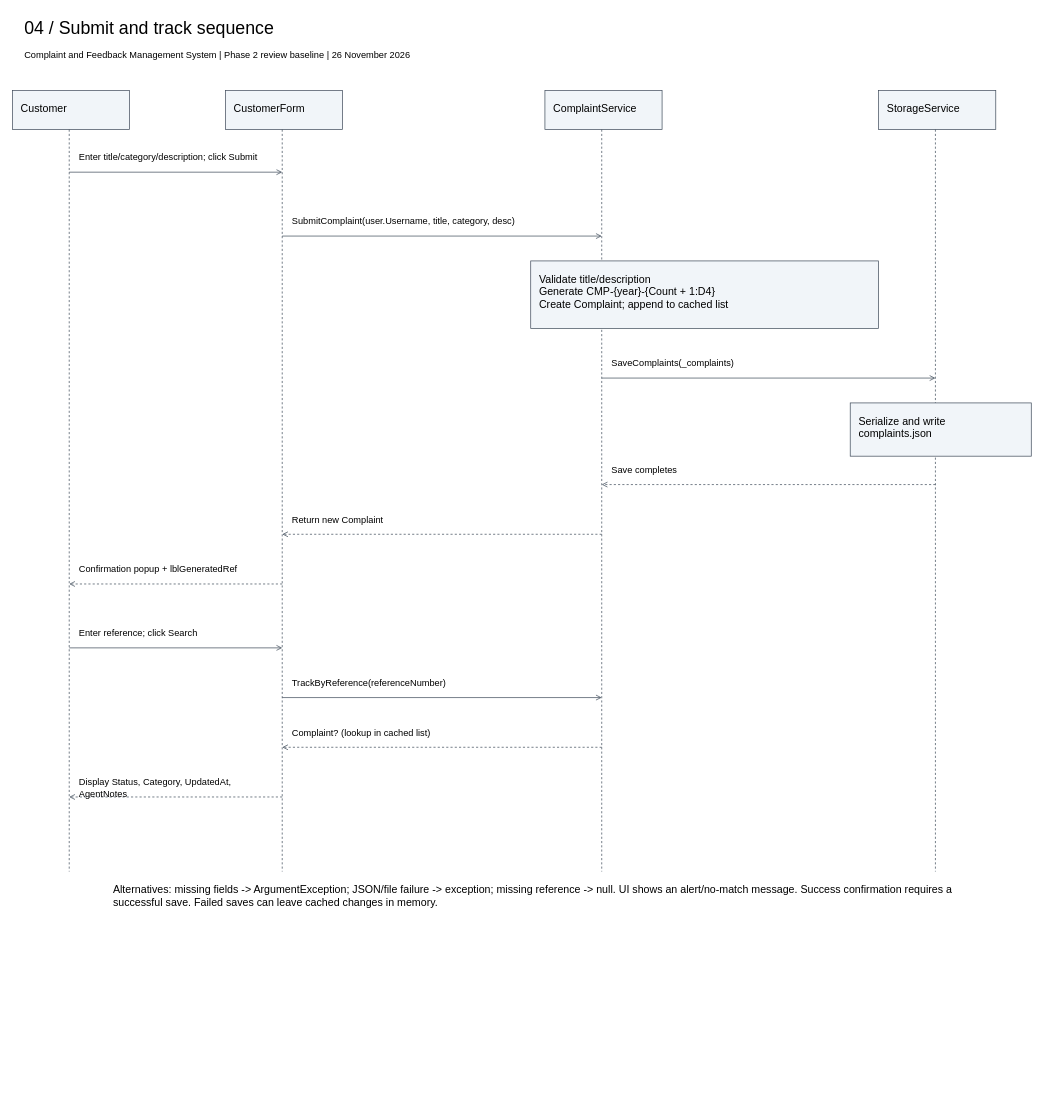
The draw.io diagram page "04 / Submit and track sequence" (4 of 9) of docs/phase-2/design.drawio in divine3054/SEN_PROJECT_GROUP_14, before the edit. Source tidied: cells renumbered, new cells numbered last; positions are measured from the earlier drawing's top-left corner, leaving out a move shared by most shapes. Both pictures are drawn from the tidied source at 71%, with x=0, y=0 at pixel (12, 12).
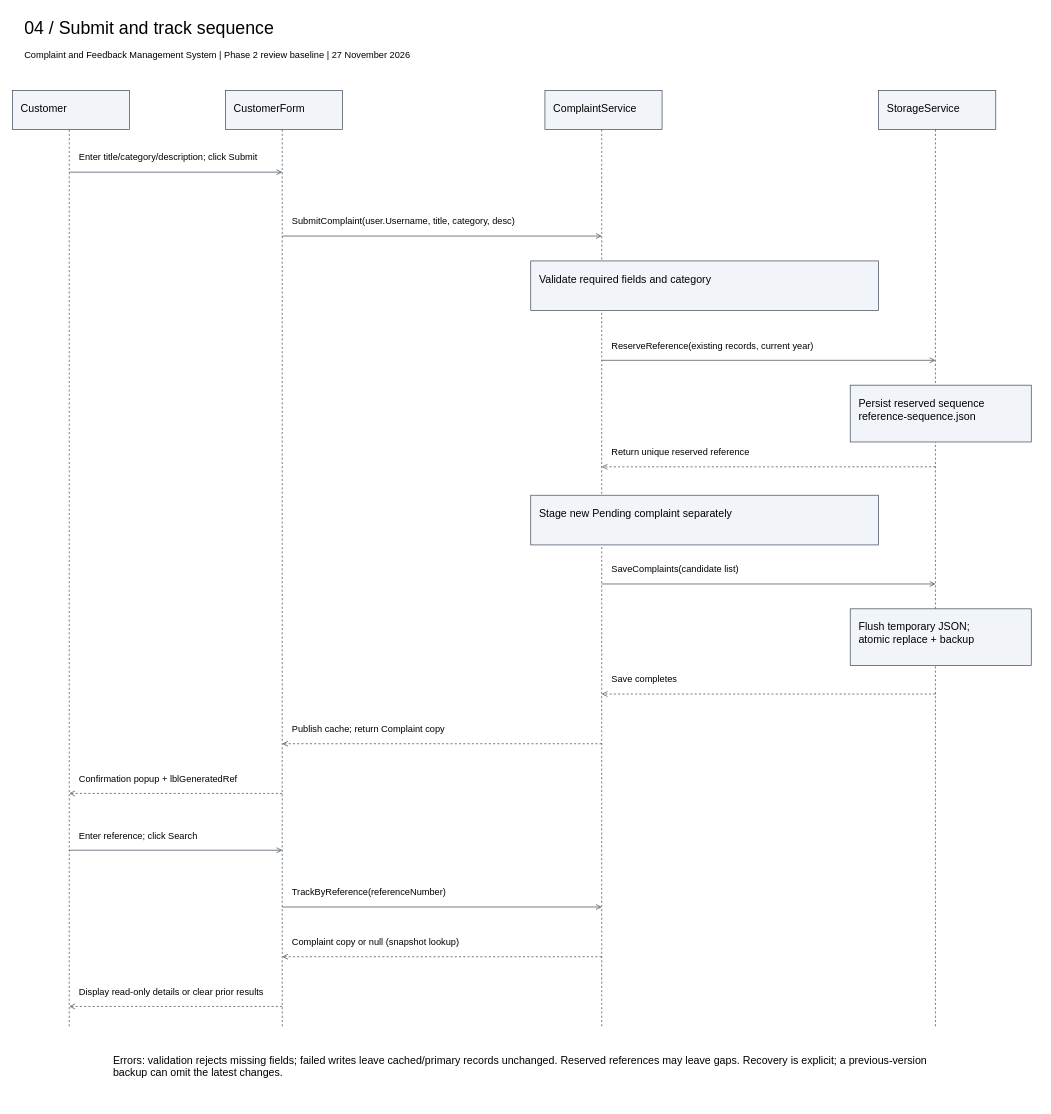
The same page after the edit.

The edit, as a diff of the source:
```diff
@@
-    <mxCell id="3" value="Complaint and Feedback Management System | Phase 2 review baseline | 26 November 2026" style="text;html=0;align=left;verticalAlign=top;whiteSpace=wrap;fontFamily=Arial;fontSize=13;" parent="1" vertex="1">
+    <mxCell id="3" value="Complaint and Feedback Management System | Phase 2 review baseline | 27 November 2026" style="text;html=0;align=left;verticalAlign=top;whiteSpace=wrap;fontFamily=Arial;fontSize=13;" parent="1" vertex="1">
       <mxGeometry x="15" y="45" width="1430" height="30" as="geometry" />
     </mxCell>
@@
     <mxCell id="5" style="endArrow=none;dashed=1;html=0;strokeColor=#3F4B5A;" parent="1" edge="1">
       <mxGeometry relative="1" as="geometry">
         <mxPoint x="80" y="165" as="sourcePoint" />
-        <mxPoint x="80" y="1210" as="targetPoint" />
+        <mxPoint x="80" y="1430" as="targetPoint" />
       </mxGeometry>
     </mxCell>
@@
     <mxCell id="7" style="endArrow=none;dashed=1;html=0;strokeColor=#3F4B5A;" parent="1" edge="1">
       <mxGeometry relative="1" as="geometry">
         <mxPoint x="380" y="165" as="sourcePoint" />
-        <mxPoint x="380" y="1210" as="targetPoint" />
+        <mxPoint x="380" y="1430" as="targetPoint" />
       </mxGeometry>
     </mxCell>
@@
     <mxCell id="9" style="endArrow=none;dashed=1;html=0;strokeColor=#3F4B5A;" parent="1" edge="1">
       <mxGeometry relative="1" as="geometry">
         <mxPoint x="830" y="165" as="sourcePoint" />
-        <mxPoint x="830" y="1210" as="targetPoint" />
+        <mxPoint x="830" y="1430" as="targetPoint" />
       </mxGeometry>
     </mxCell>
@@
     <mxCell id="11" style="endArrow=none;dashed=1;html=0;strokeColor=#3F4B5A;" parent="1" edge="1">
       <mxGeometry relative="1" as="geometry">
         <mxPoint x="1300" y="165" as="sourcePoint" />
-        <mxPoint x="1300" y="1210" as="targetPoint" />
+        <mxPoint x="1300" y="1430" as="targetPoint" />
       </mxGeometry>
     </mxCell>
@@
-    <mxCell id="16" value="Validate title/description&#10;Generate CMP-{year}-{Count + 1:D4}&#10;Create Complaint; append to cached list" style="html=0;whiteSpace=wrap;align=left;verticalAlign=top;spacing=12;fillColor=#F1F5F9;strokeColor=#3F4B5A;fontFamily=Arial;fontSize=15;" parent="1" vertex="1">
-      <mxGeometry x="730" y="350" width="490" height="95" as="geometry" />
+    <mxCell id="16" value="Validate required fields and category" style="html=0;whiteSpace=wrap;align=left;verticalAlign=top;spacing=12;fillColor=#F1F5F9;strokeColor=#3F4B5A;fontFamily=Arial;fontSize=15;" parent="1" vertex="1">
+      <mxGeometry x="730" y="350" width="490" height="70" as="geometry" />
     </mxCell>
     <mxCell id="17" style="endArrow=open;dashed=0;html=0;strokeColor=#3F4B5A;" parent="1" edge="1">
       <mxGeometry relative="1" as="geometry">
-        <mxPoint x="830" y="515" as="sourcePoint" />
-        <mxPoint x="1300" y="515" as="targetPoint" />
+        <mxPoint x="830" y="490" as="sourcePoint" />
+        <mxPoint x="1300" y="490" as="targetPoint" />
       </mxGeometry>
     </mxCell>
-    <mxCell id="18" value="SaveComplaints(_complaints)" style="text;html=0;align=left;verticalAlign=top;whiteSpace=wrap;fontFamily=Arial;fontSize=13;" parent="1" vertex="1">
-      <mxGeometry x="842" y="480" width="450" height="34" as="geometry" />
+    <mxCell id="18" value="ReserveReference(existing records, current year)" style="text;html=0;align=left;verticalAlign=top;whiteSpace=wrap;fontFamily=Arial;fontSize=13;" parent="1" vertex="1">
+      <mxGeometry x="842" y="455" width="450" height="34" as="geometry" />
     </mxCell>
-    <mxCell id="19" value="Serialize and write&#10;complaints.json" style="html=0;whiteSpace=wrap;align=left;verticalAlign=top;spacing=12;fillColor=#F1F5F9;strokeColor=#3F4B5A;fontFamily=Arial;fontSize=15;" parent="1" vertex="1">
-      <mxGeometry x="1180" y="550" width="255" height="75" as="geometry" />
+    <mxCell id="19" value="Persist reserved sequence&#10;reference-sequence.json" style="html=0;whiteSpace=wrap;align=left;verticalAlign=top;spacing=12;fillColor=#F1F5F9;strokeColor=#3F4B5A;fontFamily=Arial;fontSize=15;" parent="1" vertex="1">
+      <mxGeometry x="1180" y="525" width="255" height="80" as="geometry" />
     </mxCell>
     <mxCell id="20" style="endArrow=open;dashed=1;html=0;strokeColor=#3F4B5A;" parent="1" edge="1">
       <mxGeometry relative="1" as="geometry">
-        <mxPoint x="1300" y="665" as="sourcePoint" />
-        <mxPoint x="830" y="665" as="targetPoint" />
+        <mxPoint x="1300" y="640" as="sourcePoint" />
+        <mxPoint x="830" y="640" as="targetPoint" />
       </mxGeometry>
     </mxCell>
-    <mxCell id="21" value="Save completes" style="text;html=0;align=left;verticalAlign=top;whiteSpace=wrap;fontFamily=Arial;fontSize=13;" parent="1" vertex="1">
-      <mxGeometry x="842" y="630" width="450" height="34" as="geometry" />
+    <mxCell id="21" value="Return unique reserved reference" style="text;html=0;align=left;verticalAlign=top;whiteSpace=wrap;fontFamily=Arial;fontSize=13;" parent="1" vertex="1">
+      <mxGeometry x="842" y="605" width="450" height="34" as="geometry" />
     </mxCell>
-    <mxCell id="22" style="endArrow=open;dashed=1;html=0;strokeColor=#3F4B5A;" parent="1" edge="1">
-      <mxGeometry relative="1" as="geometry">
-        <mxPoint x="830" y="735" as="sourcePoint" />
-        <mxPoint x="380" y="735" as="targetPoint" />
-      </mxGeometry>
+    <mxCell id="22" value="Stage new Pending complaint separately" style="html=0;whiteSpace=wrap;align=left;verticalAlign=top;spacing=12;fillColor=#F1F5F9;strokeColor=#3F4B5A;fontFamily=Arial;fontSize=15;" parent="1" vertex="1">
+      <mxGeometry x="730" y="680" width="490" height="70" as="geometry" />
     </mxCell>
-    <mxCell id="23" value="Return new Complaint" style="text;html=0;align=left;verticalAlign=top;whiteSpace=wrap;fontFamily=Arial;fontSize=13;" parent="1" vertex="1">
-      <mxGeometry x="392" y="700" width="430" height="34" as="geometry" />
+    <mxCell id="23" style="endArrow=open;dashed=0;html=0;strokeColor=#3F4B5A;" parent="1" edge="1">
+      <mxGeometry relative="1" as="geometry">
+        <mxPoint x="830" y="805" as="sourcePoint" />
+        <mxPoint x="1300" y="805" as="targetPoint" />
+      </mxGeometry>
     </mxCell>
-    <mxCell id="24" style="endArrow=open;dashed=1;html=0;strokeColor=#3F4B5A;" parent="1" edge="1">
-      <mxGeometry relative="1" as="geometry">
-        <mxPoint x="380" y="805" as="sourcePoint" />
-        <mxPoint x="80" y="805" as="targetPoint" />
-      </mxGeometry>
+    <mxCell id="24" value="SaveComplaints(candidate list)" style="text;html=0;align=left;verticalAlign=top;whiteSpace=wrap;fontFamily=Arial;fontSize=13;" parent="1" vertex="1">
+      <mxGeometry x="842" y="770" width="450" height="34" as="geometry" />
     </mxCell>
-    <mxCell id="25" value="Confirmation popup + lblGeneratedRef" style="text;html=0;align=left;verticalAlign=top;whiteSpace=wrap;fontFamily=Arial;fontSize=13;" parent="1" vertex="1">
-      <mxGeometry x="92" y="770" width="280" height="34" as="geometry" />
+    <mxCell id="25" value="Flush temporary JSON;&#10;atomic replace + backup" style="html=0;whiteSpace=wrap;align=left;verticalAlign=top;spacing=12;fillColor=#F1F5F9;strokeColor=#3F4B5A;fontFamily=Arial;fontSize=15;" parent="1" vertex="1">
+      <mxGeometry x="1180" y="840" width="255" height="80" as="geometry" />
     </mxCell>
-    <mxCell id="26" style="endArrow=open;dashed=0;html=0;strokeColor=#3F4B5A;" parent="1" edge="1">
+    <mxCell id="26" style="endArrow=open;dashed=1;html=0;strokeColor=#3F4B5A;" parent="1" edge="1">
       <mxGeometry relative="1" as="geometry">
-        <mxPoint x="80" y="895" as="sourcePoint" />
-        <mxPoint x="380" y="895" as="targetPoint" />
+        <mxPoint x="1300" y="960" as="sourcePoint" />
+        <mxPoint x="830" y="960" as="targetPoint" />
       </mxGeometry>
     </mxCell>
-    <mxCell id="27" value="Enter reference; click Search" style="text;html=0;align=left;verticalAlign=top;whiteSpace=wrap;fontFamily=Arial;fontSize=13;" parent="1" vertex="1">
-      <mxGeometry x="92" y="860" width="280" height="34" as="geometry" />
+    <mxCell id="27" value="Save completes" style="text;html=0;align=left;verticalAlign=top;whiteSpace=wrap;fontFamily=Arial;fontSize=13;" parent="1" vertex="1">
+      <mxGeometry x="842" y="925" width="450" height="34" as="geometry" />
     </mxCell>
-    <mxCell id="28" style="endArrow=open;dashed=0;html=0;strokeColor=#3F4B5A;" parent="1" edge="1">
+    <mxCell id="28" style="endArrow=open;dashed=1;html=0;strokeColor=#3F4B5A;" parent="1" edge="1">
       <mxGeometry relative="1" as="geometry">
-        <mxPoint x="380" y="965" as="sourcePoint" />
-        <mxPoint x="830" y="965" as="targetPoint" />
+        <mxPoint x="830" y="1030" as="sourcePoint" />
+        <mxPoint x="380" y="1030" as="targetPoint" />
       </mxGeometry>
     </mxCell>
-    <mxCell id="29" value="TrackByReference(referenceNumber)" style="text;html=0;align=left;verticalAlign=top;whiteSpace=wrap;fontFamily=Arial;fontSize=13;" parent="1" vertex="1">
-      <mxGeometry x="392" y="930" width="430" height="34" as="geometry" />
+    <mxCell id="29" value="Publish cache; return Complaint copy" style="text;html=0;align=left;verticalAlign=top;whiteSpace=wrap;fontFamily=Arial;fontSize=13;" parent="1" vertex="1">
+      <mxGeometry x="392" y="995" width="430" height="34" as="geometry" />
     </mxCell>
     <mxCell id="30" style="endArrow=open;dashed=1;html=0;strokeColor=#3F4B5A;" parent="1" edge="1">
       <mxGeometry relative="1" as="geometry">
-        <mxPoint x="830" y="1035" as="sourcePoint" />
-        <mxPoint x="380" y="1035" as="targetPoint" />
+        <mxPoint x="380" y="1100" as="sourcePoint" />
+        <mxPoint x="80" y="1100" as="targetPoint" />
       </mxGeometry>
     </mxCell>
-    <mxCell id="31" value="Complaint? (lookup in cached list)" style="text;html=0;align=left;verticalAlign=top;whiteSpace=wrap;fontFamily=Arial;fontSize=13;" parent="1" vertex="1">
-      <mxGeometry x="392" y="1000" width="430" height="34" as="geometry" />
+    <mxCell id="31" value="Confirmation popup + lblGeneratedRef" style="text;html=0;align=left;verticalAlign=top;whiteSpace=wrap;fontFamily=Arial;fontSize=13;" parent="1" vertex="1">
+      <mxGeometry x="92" y="1065" width="280" height="34" as="geometry" />
     </mxCell>
-    <mxCell id="32" style="endArrow=open;dashed=1;html=0;strokeColor=#3F4B5A;" parent="1" edge="1">
+    <mxCell id="32" style="endArrow=open;dashed=0;html=0;strokeColor=#3F4B5A;" parent="1" edge="1">
       <mxGeometry relative="1" as="geometry">
-        <mxPoint x="380" y="1105" as="sourcePoint" />
-        <mxPoint x="80" y="1105" as="targetPoint" />
+        <mxPoint x="80" y="1180" as="sourcePoint" />
+        <mxPoint x="380" y="1180" as="targetPoint" />
       </mxGeometry>
     </mxCell>
-    <mxCell id="33" value="Display Status, Category, UpdatedAt, AgentNotes" style="text;html=0;align=left;verticalAlign=top;whiteSpace=wrap;fontFamily=Arial;fontSize=13;" parent="1" vertex="1">
-      <mxGeometry x="92" y="1070" width="280" height="34" as="geometry" />
+    <mxCell id="33" value="Enter reference; click Search" style="text;html=0;align=left;verticalAlign=top;whiteSpace=wrap;fontFamily=Arial;fontSize=13;" parent="1" vertex="1">
+      <mxGeometry x="92" y="1145" width="280" height="34" as="geometry" />
     </mxCell>
-    <mxCell id="34" value="Alternatives: missing fields -&gt; ArgumentException; JSON/file failure -&gt; exception; missing reference -&gt; null. UI shows an alert/no-match message. Success confirmation requires a successful save. Failed saves can leave cached changes in memory." style="text;html=0;align=left;verticalAlign=top;whiteSpace=wrap;fontFamily=Arial;fontSize=15;" parent="1" vertex="1">
-      <mxGeometry x="140" y="1220" width="1200" height="75" as="geometry" />
+    <mxCell id="34" style="endArrow=open;dashed=0;html=0;strokeColor=#3F4B5A;" parent="1" edge="1">
+      <mxGeometry relative="1" as="geometry">
+        <mxPoint x="380" y="1260" as="sourcePoint" />
+        <mxPoint x="830" y="1260" as="targetPoint" />
+      </mxGeometry>
     </mxCell>
+    <mxCell id="35" value="TrackByReference(referenceNumber)" style="text;html=0;align=left;verticalAlign=top;whiteSpace=wrap;fontFamily=Arial;fontSize=13;" parent="1" vertex="1">
+      <mxGeometry x="392" y="1225" width="430" height="34" as="geometry" />
+    </mxCell>
+    <mxCell id="36" style="endArrow=open;dashed=1;html=0;strokeColor=#3F4B5A;" parent="1" edge="1">
+      <mxGeometry relative="1" as="geometry">
+        <mxPoint x="830" y="1330" as="sourcePoint" />
+        <mxPoint x="380" y="1330" as="targetPoint" />
+      </mxGeometry>
+    </mxCell>
+    <mxCell id="37" value="Complaint copy or null (snapshot lookup)" style="text;html=0;align=left;verticalAlign=top;whiteSpace=wrap;fontFamily=Arial;fontSize=13;" parent="1" vertex="1">
+      <mxGeometry x="392" y="1295" width="430" height="34" as="geometry" />
+    </mxCell>
+    <mxCell id="38" style="endArrow=open;dashed=1;html=0;strokeColor=#3F4B5A;" parent="1" edge="1">
+      <mxGeometry relative="1" as="geometry">
+        <mxPoint x="380" y="1400" as="sourcePoint" />
+        <mxPoint x="80" y="1400" as="targetPoint" />
+      </mxGeometry>
+    </mxCell>
+    <mxCell id="39" value="Display read-only details or clear prior results" style="text;html=0;align=left;verticalAlign=top;whiteSpace=wrap;fontFamily=Arial;fontSize=13;" parent="1" vertex="1">
+      <mxGeometry x="92" y="1365" width="280" height="34" as="geometry" />
+    </mxCell>
+    <mxCell id="40" value="Errors: validation rejects missing fields; failed writes leave cached/primary records unchanged. Reserved references may leave gaps. Recovery is explicit; a previous-version backup can omit the latest changes." style="text;html=0;align=left;verticalAlign=top;whiteSpace=wrap;fontFamily=Arial;fontSize=15;" parent="1" vertex="1">
+      <mxGeometry x="140" y="1460" width="1200" height="75" as="geometry" />
+    </mxCell>
```
